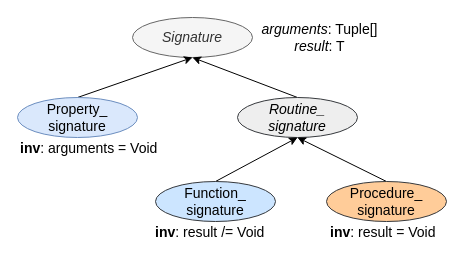
The draw.io diagram docs/bmm/diagrams/signature_taxonomy.drawio in openEHR/specifications-LANG, before the edit. Source tidied: cells renumbered, new cells numbered last; positions are measured from the earlier drawing's top-left corner, leaving out a move shared by most shapes. Both pictures are drawn from the tidied source at 100%, with x=0, y=0 at pixel (17, 17).
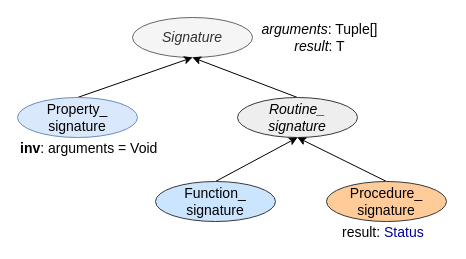
After the change.

Change to the diagram source:
```diff
@@
 <mxGraphModel>
   <root>
     <mxCell id="0" />
     <mxCell id="1" parent="0" />
     <mxCell id="2" value="Signature" style="ellipse;whiteSpace=wrap;html=1;fontSize=14;fillColor=#f5f5f5;strokeColor=#666666;fontColor=#333333;fontStyle=2;" parent="1" vertex="1">
       <mxGeometry x="115" width="120" height="40" as="geometry" />
     </mxCell>
     <mxCell id="3" style="rounded=0;jettySize=auto;html=1;exitX=0.5;exitY=0;exitDx=0;exitDy=0;fontSize=14;entryX=0.5;entryY=1;entryDx=0;entryDy=0;" parent="1" edge="1" source="4" target="2">
       <mxGeometry relative="1" as="geometry" />
     </mxCell>
     <mxCell id="4" value="Property_&lt;br&gt;signature" style="ellipse;whiteSpace=wrap;html=1;fontSize=14;fillColor=#dae8fc;strokeColor=#6c8ebf;" parent="1" vertex="1">
       <mxGeometry y="80" width="120" height="40" as="geometry" />
     </mxCell>
     <mxCell id="5" value="&lt;i&gt;arguments&lt;/i&gt;: Tuple[]&lt;br&gt;&lt;i&gt;result&lt;/i&gt;: T" style="text;html=1;strokeColor=none;fillColor=none;align=center;verticalAlign=middle;whiteSpace=wrap;rounded=0;fontSize=14;" parent="1" vertex="1">
       <mxGeometry x="235" width="135" height="40" as="geometry" />
     </mxCell>
     <mxCell id="6" value="&lt;b&gt;inv&lt;/b&gt;: arguments = Void" style="text;html=1;align=left;verticalAlign=top;spacingTop=-4;fontSize=14;" parent="1" vertex="1">
       <mxGeometry x="1" y="120" width="150" height="20" as="geometry" />
     </mxCell>
     <mxCell id="7" style="edgeStyle=none;rounded=0;jettySize=auto;html=1;exitX=0.5;exitY=0;exitDx=0;exitDy=0;entryX=0.5;entryY=1;entryDx=0;entryDy=0;fontSize=14;" parent="1" edge="1" source="8" target="2">
       <mxGeometry relative="1" as="geometry" />
     </mxCell>
     <mxCell id="8" value="Routine_&lt;br&gt;signature" style="ellipse;whiteSpace=wrap;html=1;fontSize=14;fillColor=#eeeeee;strokeColor=#36393d;fontStyle=2;" parent="1" vertex="1">
       <mxGeometry x="220" y="80" width="120" height="40" as="geometry" />
     </mxCell>
     <mxCell id="9" style="edgeStyle=none;rounded=0;jettySize=auto;html=1;exitX=0.5;exitY=0;exitDx=0;exitDy=0;entryX=0.5;entryY=1;entryDx=0;entryDy=0;fontSize=14;" parent="1" edge="1" source="10" target="8">
       <mxGeometry relative="1" as="geometry" />
     </mxCell>
     <mxCell id="10" value="Function_&lt;br&gt;signature" style="ellipse;whiteSpace=wrap;html=1;fontSize=14;fillColor=#cce5ff;strokeColor=#36393d;" parent="1" vertex="1">
       <mxGeometry x="138" y="164" width="120" height="40" as="geometry" />
     </mxCell>
     <mxCell id="11" style="edgeStyle=none;rounded=0;jettySize=auto;html=1;exitX=0.5;exitY=0;exitDx=0;exitDy=0;entryX=0.5;entryY=1;entryDx=0;entryDy=0;fontSize=14;" parent="1" edge="1" source="12" target="8">
       <mxGeometry relative="1" as="geometry" />
     </mxCell>
     <mxCell id="12" value="Procedure_&lt;br&gt;signature" style="ellipse;whiteSpace=wrap;html=1;fontSize=14;fillColor=#ffcc99;strokeColor=#36393d;" parent="1" vertex="1">
       <mxGeometry x="309" y="164" width="120" height="40" as="geometry" />
     </mxCell>
-    <mxCell id="13" value="&lt;b&gt;inv&lt;/b&gt;: result = Void" style="text;html=1;align=left;verticalAlign=top;spacingTop=-4;fontSize=14;" parent="1" vertex="1">
-      <mxGeometry x="311" y="204" width="120" height="20" as="geometry" />
+    <mxCell id="13" value="result: &lt;font color=&quot;#000099&quot;&gt;Status&lt;/font&gt;" style="text;html=1;align=left;verticalAlign=top;spacingTop=-4;fontSize=14;" parent="1" vertex="1">
+      <mxGeometry x="323" y="204" width="100" height="20" as="geometry" />
     </mxCell>
-    <mxCell id="14" value="&lt;b&gt;inv&lt;/b&gt;: result /= Void" style="text;html=1;align=left;verticalAlign=top;spacingTop=-4;fontSize=14;" parent="1" vertex="1">
-      <mxGeometry x="136" y="204" width="120" height="20" as="geometry" />
-    </mxCell>
   </root>
 </mxGraphModel>
```
